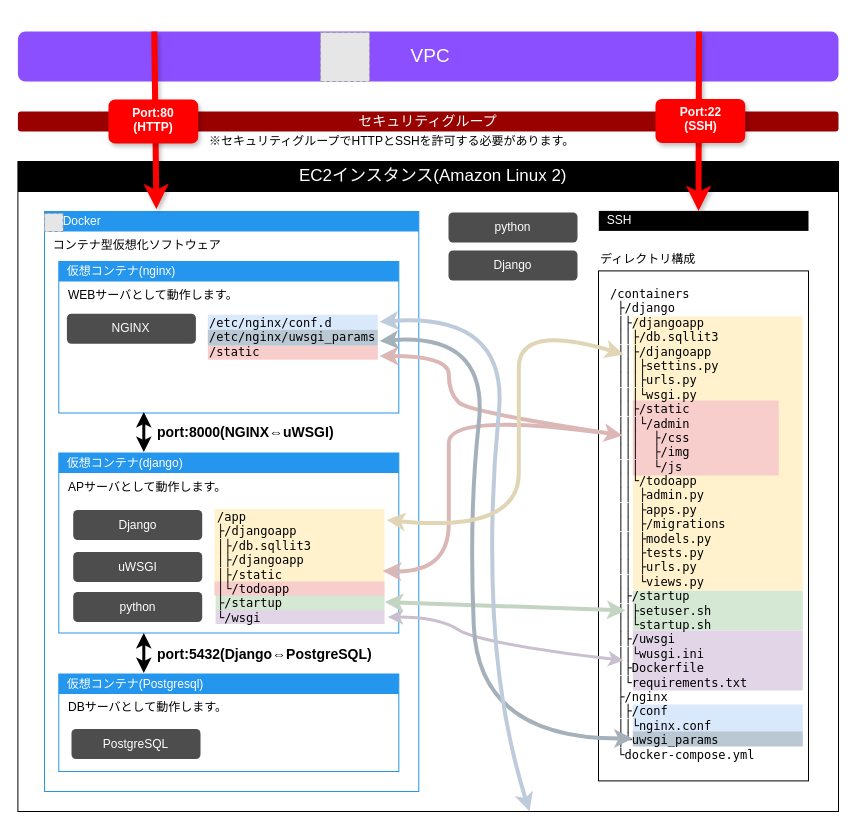
Before: page "EC2イメージ" (3 of 10) of AWS研修_WEBアプリ_挿絵.drawio in reizo0901/Doc, a draw.io diagram. Source tidied: cells renumbered, new cells numbered last; positions are measured from the earlier drawing's top-left corner, leaving out a move shared by most shapes. Both pictures are drawn from the tidied source at 100%, with x=0, y=0 at pixel (17, 31). Pictures stored in the file or linked from it are replaced by grey dashed boxes.
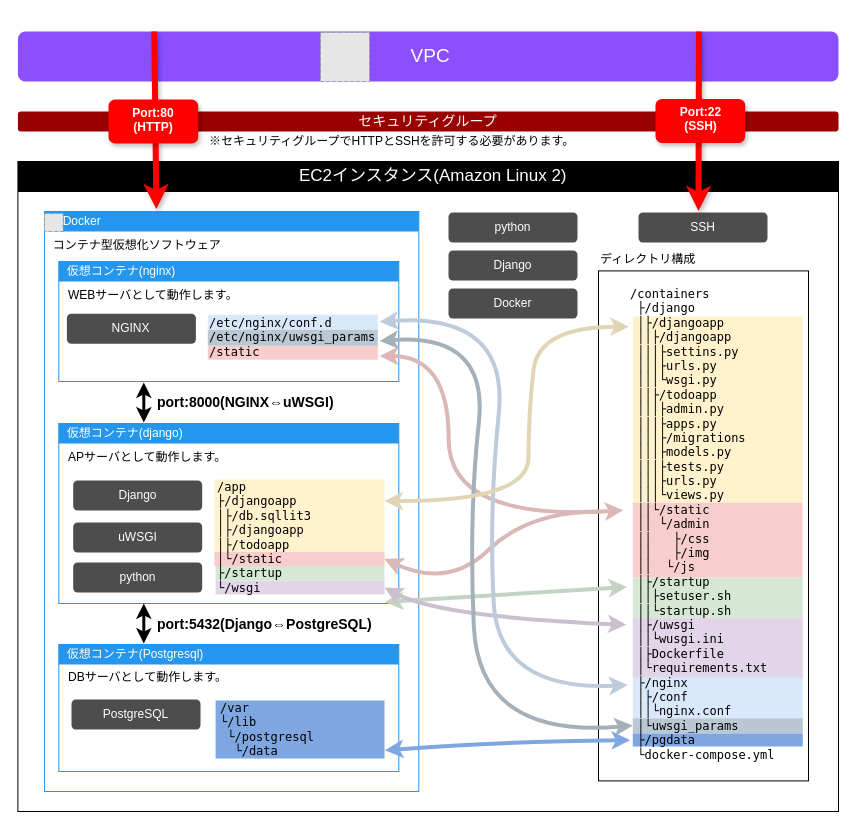
The same page after the edit.

Commit message:
AWS研修_WEBアプリ_挿絵.drawio を更新します

The change refers to these unchanged cells:
```xml
<mxCell id="2" style="rounded=0;whiteSpace=wrap;html=1;" parent="1" vertex="1">
  <mxGeometry x="0.4" y="130" width="820.6" height="650" as="geometry" />
</mxCell>
<mxCell id="31" style="rounded=0;whiteSpace=wrap;html=1;labelBackgroundColor=#CCE5FF;noLabel=1;fillColor=#e1d5e7;strokeColor=none;" parent="29" vertex="1">
  <mxGeometry x="1.1" y="101" width="168.9" height="14" as="geometry" />
</mxCell>
<mxCell id="32" style="rounded=0;whiteSpace=wrap;html=1;labelBackgroundColor=#CCE5FF;noLabel=1;fillColor=#fff2cc;strokeColor=none;" parent="29" vertex="1">
  <mxGeometry width="170" height="86" as="geometry" />
</mxCell>
<mxCell id="33" style="rounded=0;whiteSpace=wrap;html=1;labelBackgroundColor=#CCE5FF;noLabel=1;fillColor=#f8cecc;strokeColor=none;" parent="29" vertex="1">
  <mxGeometry y="72.5" width="170" height="14" as="geometry" />
</mxCell>
```

Diff of the diagram source:
```diff
@@
     <mxCell id="4" style="rounded=0;whiteSpace=wrap;html=1;labelBackgroundColor=#CCE5FF;noLabel=1;fillColor=#d5e8d4;strokeColor=none;" parent="1" vertex="1">
-      <mxGeometry x="615.3" y="559" width="170" height="40" as="geometry" />
+      <mxGeometry x="615.3" y="546" width="170" height="40" as="geometry" />
     </mxCell>
-    <mxCell id="5" style="group;" parent="1" vertex="1">
-      <mxGeometry x="615.3" y="285" width="170" height="430" as="geometry" />
-    </mxCell>
-    <mxCell id="6" style="rounded=0;whiteSpace=wrap;html=1;labelBackgroundColor=#CCE5FF;noLabel=1;fillColor=#bac8d3;strokeColor=none;" parent="5" vertex="1">
-      <mxGeometry y="414" width="170" height="16" as="geometry" />
-    </mxCell>
-    <mxCell id="7" style="rounded=0;whiteSpace=wrap;html=1;labelBackgroundColor=#CCE5FF;noLabel=1;fillColor=#fff2cc;strokeColor=none;" parent="5" vertex="1">
-      <mxGeometry width="170" height="274" as="geometry" />
-    </mxCell>
-    <mxCell id="8" style="rounded=0;whiteSpace=wrap;html=1;labelBackgroundColor=#CCE5FF;noLabel=1;fillColor=#dae8fc;strokeColor=none;" parent="5" vertex="1">
-      <mxGeometry y="388" width="170" height="27" as="geometry" />
-    </mxCell>
-    <mxCell id="9" style="rounded=0;whiteSpace=wrap;html=1;labelBackgroundColor=#CCE5FF;noLabel=1;fillColor=#e1d5e7;strokeColor=none;" parent="5" vertex="1">
-      <mxGeometry y="314" width="170" height="60" as="geometry" />
-    </mxCell>
     <mxCell id="10" style="rounded=0;whiteSpace=wrap;html=1;labelBackgroundColor=#CCE5FF;noLabel=1;fillColor=#f8cecc;strokeColor=none;" parent="1" vertex="1">
-      <mxGeometry x="615.3" y="369" width="146" height="75" as="geometry" />
+      <mxGeometry x="615.3" y="471" width="169.7" height="75" as="geometry" />
     </mxCell>
-    <mxCell id="11" value="&lt;div&gt;/containers&lt;/div&gt;&lt;div&gt;&amp;nbsp;├/django&lt;/div&gt;&amp;nbsp;│├/djangoapp&lt;br&gt;&amp;nbsp;││├/db.sqllit3&lt;br&gt;&amp;nbsp;││├/djangoapp&lt;br style=&quot;border-color: var(--border-color);&quot;&gt;&amp;nbsp;│││├settins.py&lt;br style=&quot;border-color: var(--border-color);&quot;&gt;&amp;nbsp;│││├urls.py&lt;br style=&quot;border-color: var(--border-color);&quot;&gt;&amp;nbsp;│││└wsgi.py&lt;br&gt;&amp;nbsp;││├/static&lt;br&gt;&amp;nbsp;│││└/admin&lt;br style=&quot;border-color: var(--border-color);&quot;&gt;&amp;nbsp;│││&amp;nbsp; ├/css&lt;br style=&quot;border-color: var(--border-color);&quot;&gt;&amp;nbsp;│││&amp;nbsp; ├/img&lt;br style=&quot;border-color: var(--border-color);&quot;&gt;&amp;nbsp;│││&amp;nbsp; └/js&lt;br&gt;&amp;nbsp;││└/todoapp&lt;br&gt;&amp;nbsp;││ ├admin.py&lt;br&gt;&amp;nbsp;││ ├apps.py&lt;br&gt;&amp;nbsp;││ ├/migrations&lt;br&gt;&amp;nbsp;││ ├models.py&lt;br&gt;&amp;nbsp;││ ├tests.py&lt;br style=&quot;border-color: var(--border-color);&quot;&gt;&amp;nbsp;││ ├urls.py&lt;br style=&quot;border-color: var(--border-color);&quot;&gt;&amp;nbsp;││ └views.py&lt;br&gt;&lt;div&gt;&amp;nbsp;│├/startup&lt;/div&gt;&lt;div&gt;&amp;nbsp;││├setuser.sh&lt;/div&gt;&lt;div&gt;&amp;nbsp;││└startup.sh&lt;/div&gt;&lt;div&gt;&amp;nbsp;│├/uwsgi&lt;/div&gt;&lt;div&gt;&amp;nbsp;││└wusgi.ini&lt;/div&gt;&lt;div&gt;&amp;nbsp;│├Dockerfile&lt;/div&gt;&lt;div&gt;&amp;nbsp;│└requirements.txt&lt;/div&gt;&lt;div&gt;&amp;nbsp;├/nginx&lt;/div&gt;&lt;div&gt;&amp;nbsp;│├/conf&lt;/div&gt;&lt;div&gt;&amp;nbsp;││└nginx.conf&lt;/div&gt;&lt;div&gt;&lt;span style=&quot;background-color: initial;&quot;&gt;&amp;nbsp;│└uwsgi_params&lt;/span&gt;&lt;/div&gt;&lt;div&gt;&amp;nbsp;└docker-compose.yml&lt;/div&gt;" style="text;html=1;strokeColor=none;fillColor=none;align=left;verticalAlign=top;whiteSpace=wrap;rounded=0;fontFamily=Lucida Console;" parent="1" vertex="1">
-      <mxGeometry x="591.3" y="249" width="200" height="491" as="geometry" />
-    </mxCell>
@@
     <mxCell id="15" style="rounded=0;whiteSpace=wrap;html=1;strokeColor=#2496ed;" parent="1" vertex="1">
-      <mxGeometry x="41.3" y="230" width="340" height="151.5" as="geometry" />
+      <mxGeometry x="41.3" y="230" width="340" height="120" as="geometry" />
     </mxCell>
@@
     <mxCell id="17" style="rounded=0;whiteSpace=wrap;html=1;strokeColor=#2496ed;" parent="1" vertex="1">
-      <mxGeometry x="41.3" y="421.5" width="340" height="180" as="geometry" />
+      <mxGeometry x="41.3" y="392" width="340" height="180" as="geometry" />
     </mxCell>
     <mxCell id="18" style="rounded=0;whiteSpace=wrap;html=1;strokeColor=#2496ed;" parent="1" vertex="1">
-      <mxGeometry x="41.3" y="642.5" width="340" height="97.5" as="geometry" />
+      <mxGeometry x="41.3" y="613" width="340" height="127" as="geometry" />
     </mxCell>
@@
     <mxCell id="22" style="endArrow=classic;startArrow=classic;html=1;rounded=0;entryX=0.25;entryY=1;entryDx=0;entryDy=0;exitX=0.25;exitY=0;exitDx=0;exitDy=0;strokeWidth=3;" parent="1" edge="1">
       <mxGeometry relative="1" as="geometry">
-        <mxPoint x="126.3" y="420.5" as="sourcePoint" />
-        <mxPoint x="126.3" y="380.5" as="targetPoint" />
+        <mxPoint x="126.3" y="391" as="sourcePoint" />
+        <mxPoint x="126.3" y="351" as="targetPoint" />
       </mxGeometry>
     </mxCell>
     <mxCell id="23" value="port:8000(NGINX⇔uWSGI)" style="text;html=1;strokeColor=none;fillColor=none;align=left;verticalAlign=middle;whiteSpace=wrap;rounded=0;fontSize=14;fontStyle=1;" parent="1" vertex="1">
-      <mxGeometry x="138.3" y="385.5" width="193" height="30" as="geometry" />
+      <mxGeometry x="138.3" y="356" width="193" height="30" as="geometry" />
     </mxCell>
@@
     <mxCell id="25" value="&amp;nbsp; 仮想コンテナ(Postgresql)" style="text;html=1;strokeColor=none;fillColor=#2496ed;align=left;verticalAlign=middle;whiteSpace=wrap;rounded=0;fontSize=12;fontStyle=0;fontColor=#FFFFFF;" parent="1" vertex="1">
-      <mxGeometry x="41.3" y="642.5" width="340" height="20" as="geometry" />
+      <mxGeometry x="41.3" y="613" width="340" height="20" as="geometry" />
     </mxCell>
     <mxCell id="26" value="&amp;nbsp; 仮想コンテナ(django)" style="text;html=1;strokeColor=none;fillColor=#2496ed;align=left;verticalAlign=middle;whiteSpace=wrap;rounded=0;fontSize=12;fontStyle=0;fontColor=#FFFFFF;" parent="1" vertex="1">
-      <mxGeometry x="41.3" y="421.5" width="340" height="20" as="geometry" />
+      <mxGeometry x="41.3" y="392" width="340" height="20" as="geometry" />
     </mxCell>
     <mxCell id="27" style="endArrow=classic;startArrow=classic;html=1;rounded=0;entryX=0.25;entryY=1;entryDx=0;entryDy=0;exitX=0.25;exitY=0;exitDx=0;exitDy=0;strokeWidth=3;" parent="1" edge="1">
       <mxGeometry relative="1" as="geometry">
-        <mxPoint x="126.3" y="641.5" as="sourcePoint" />
-        <mxPoint x="126.3" y="601.5" as="targetPoint" />
+        <mxPoint x="126.3" y="612" as="sourcePoint" />
+        <mxPoint x="126.3" y="572" as="targetPoint" />
       </mxGeometry>
     </mxCell>
     <mxCell id="28" value="port:5432(Django⇔PostgreSQL)" style="text;html=1;strokeColor=none;fillColor=none;align=left;verticalAlign=middle;whiteSpace=wrap;rounded=0;fontSize=14;fontStyle=1;" parent="1" vertex="1">
-      <mxGeometry x="138.3" y="607.5" width="233" height="30" as="geometry" />
+      <mxGeometry x="138.3" y="578" width="233" height="30" as="geometry" />
     </mxCell>
     <mxCell id="29" style="group;" parent="1" vertex="1">
-      <mxGeometry x="197" y="477.5" width="170" height="115" as="geometry" />
+      <mxGeometry x="197" y="448" width="170" height="115" as="geometry" />
     </mxCell>
@@
-    <mxCell id="34" value="&lt;div&gt;&lt;span style=&quot;background-color: initial;&quot;&gt;/app&lt;/span&gt;&lt;br&gt;&lt;/div&gt;├/djangoapp&lt;br&gt;│├/db.sqllit3&lt;br&gt;│├/djangoapp&lt;br style=&quot;border-color: var(--border-color);&quot;&gt;│├/static&lt;br&gt;│└/todoapp&lt;br&gt;&lt;span style=&quot;background-color: initial;&quot;&gt;├/startup&lt;/span&gt;&lt;br&gt;└&lt;span style=&quot;background-color: initial;&quot;&gt;/wsgi&lt;/span&gt;&lt;br&gt;&lt;div&gt;&lt;br&gt;&lt;/div&gt;" style="text;html=1;strokeColor=none;fillColor=none;align=left;verticalAlign=top;whiteSpace=wrap;rounded=0;fontFamily=Lucida Console;" parent="1" vertex="1">
-      <mxGeometry x="197.8" y="471.5" width="130" height="140" as="geometry" />
+    <mxCell id="34" value="&lt;div&gt;&lt;span style=&quot;background-color: initial;&quot;&gt;/app&lt;/span&gt;&lt;br&gt;&lt;/div&gt;├/djangoapp&lt;br&gt;│├/db.sqllit3&lt;br&gt;│├/djangoapp&lt;br&gt;│├/todoapp&lt;br&gt;│└/static&lt;div&gt;&lt;span style=&quot;background-color: initial;&quot;&gt;├/startup&lt;/span&gt;&lt;br&gt;└&lt;span style=&quot;background-color: initial;&quot;&gt;/wsgi&lt;/span&gt;&lt;br&gt;&lt;div&gt;&lt;br&gt;&lt;/div&gt;&lt;/div&gt;" style="text;html=1;strokeColor=none;fillColor=none;align=left;verticalAlign=top;whiteSpace=wrap;rounded=0;fontFamily=Lucida Console;" parent="1" vertex="1">
+      <mxGeometry x="197.8" y="442" width="130" height="140" as="geometry" />
     </mxCell>
@@
     <mxCell id="36" value="PostgreSQL" style="rounded=1;whiteSpace=wrap;html=1;fillColor=#4D4D4D;fontColor=#FFFFFF;strokeColor=none;" parent="1" vertex="1">
-      <mxGeometry x="54" y="697.5" width="129" height="30" as="geometry" />
+      <mxGeometry x="54" y="668" width="129" height="30" as="geometry" />
     </mxCell>
     <mxCell id="37" value="Django" style="rounded=1;whiteSpace=wrap;html=1;fontColor=#FFFFFF;strokeColor=none;fillColor=#4D4D4D;" parent="1" vertex="1">
-      <mxGeometry x="55.7" y="478.5" width="129" height="30" as="geometry" />
+      <mxGeometry x="55.7" y="449" width="129" height="30" as="geometry" />
     </mxCell>
     <mxCell id="38" value="uWSGI" style="rounded=1;whiteSpace=wrap;html=1;fillColor=#4D4D4D;fontColor=#FFFFFF;strokeColor=none;" parent="1" vertex="1">
-      <mxGeometry x="55.7" y="520.5" width="129" height="30" as="geometry" />
+      <mxGeometry x="55.7" y="491" width="129" height="30" as="geometry" />
     </mxCell>
     <mxCell id="39" value="python" style="rounded=1;whiteSpace=wrap;html=1;fillColor=#4D4D4D;fontColor=#FFFFFF;strokeColor=none;" parent="1" vertex="1">
-      <mxGeometry x="55.7" y="560.5" width="129" height="30" as="geometry" />
+      <mxGeometry x="55.7" y="531" width="129" height="30" as="geometry" />
     </mxCell>
@@
     <mxCell id="41" value="APサーバとして動作します。" style="text;html=1;strokeColor=none;fillColor=none;align=left;verticalAlign=top;whiteSpace=wrap;rounded=0;" parent="1" vertex="1">
-      <mxGeometry x="49.4" y="441.5" width="250" height="30" as="geometry" />
+      <mxGeometry x="49.4" y="412" width="250" height="30" as="geometry" />
     </mxCell>
     <mxCell id="42" value="DBサーバとして動作します。" style="text;html=1;strokeColor=none;fillColor=none;align=left;verticalAlign=top;whiteSpace=wrap;rounded=0;" parent="1" vertex="1">
-      <mxGeometry x="49.4" y="661.5" width="250" height="30" as="geometry" />
+      <mxGeometry x="49.4" y="632" width="250" height="30" as="geometry" />
     </mxCell>
-    <mxCell id="43" style="curved=1;endArrow=classic;html=1;rounded=0;entryX=1;entryY=0.5;entryDx=0;entryDy=0;strokeColor=#DBB8B6;strokeWidth=4;startArrow=classic;startFill=1;" parent="1" edge="1">
+    <mxCell id="43" style="curved=1;endArrow=classic;html=1;rounded=0;entryX=1;entryY=0.5;entryDx=0;entryDy=0;strokeColor=#DBB8B6;strokeWidth=4;startArrow=classic;startFill=1;exitX=-0.026;exitY=0.468;exitDx=0;exitDy=0;exitPerimeter=0;" parent="1" edge="1" source="11">
       <mxGeometry relative="1" as="geometry">
-        <mxPoint x="605" y="404" as="sourcePoint" />
         <mxPoint x="362.2" y="324.5" as="targetPoint" />
         <Array as="points">
-          <mxPoint x="451.3" y="380.5" />
-          <mxPoint x="431.3" y="361.5" />
+          <mxPoint x="431" y="490" />
           <mxPoint x="431.3" y="324.5" />
         </Array>
       </mxGeometry>
     </mxCell>
-    <mxCell id="44" style="curved=1;endArrow=classic;html=1;rounded=0;entryX=1;entryY=0.5;entryDx=0;entryDy=0;strokeColor=#dab8b7;strokeWidth=4;" parent="1" edge="1">
+    <mxCell id="44" style="curved=1;endArrow=classic;html=1;rounded=0;entryX=1;entryY=0.5;entryDx=0;entryDy=0;strokeColor=#dab8b7;strokeWidth=4;" parent="1" edge="1" target="33">
       <mxGeometry relative="1" as="geometry">
-        <mxPoint x="583" y="401" as="sourcePoint" />
-        <mxPoint x="365.3" y="539.5" as="targetPoint" />
+        <mxPoint x="581" y="480" as="sourcePoint" />
         <Array as="points">
-          <mxPoint x="431.3" y="381.5" />
-          <mxPoint x="431.3" y="441.5" />
-          <mxPoint x="431.3" y="541.5" />
+          <mxPoint x="511" y="480" />
+          <mxPoint x="431" y="557" />
         </Array>
       </mxGeometry>
     </mxCell>
-    <mxCell id="45" style="curved=1;endArrow=classic;html=1;rounded=0;strokeColor=#C3D4C2;strokeWidth=4;startArrow=classic;startFill=1;" parent="1" edge="1">
+    <mxCell id="45" style="curved=1;endArrow=classic;html=1;rounded=0;strokeColor=#C3D4C2;strokeWidth=4;startArrow=classic;startFill=1;exitX=-0.007;exitY=0.624;exitDx=0;exitDy=0;exitPerimeter=0;" parent="1" edge="1" source="11">
       <mxGeometry relative="1" as="geometry">
-        <mxPoint x="608" y="579" as="sourcePoint" />
         <mxPoint x="367.3" y="570.5" as="targetPoint" />
       </mxGeometry>
     </mxCell>
-    <mxCell id="46" style="curved=1;endArrow=classic;html=1;rounded=0;strokeColor=#CABFCF;strokeWidth=3;startArrow=classic;startFill=1;endFill=1;" parent="1" edge="1">
+    <mxCell id="46" style="curved=1;endArrow=classic;html=1;rounded=0;strokeColor=#CABFCF;strokeWidth=4;startArrow=classic;startFill=1;endFill=1;exitX=-0.01;exitY=0.701;exitDx=0;exitDy=0;exitPerimeter=0;entryX=1;entryY=0.5;entryDx=0;entryDy=0;" parent="1" edge="1" source="11" target="31">
       <mxGeometry relative="1" as="geometry">
-        <mxPoint x="606" y="629" as="sourcePoint" />
-        <mxPoint x="370.3" y="585.5" as="targetPoint" />
         <Array as="points">
-          <mxPoint x="461.3" y="611.5" />
           <mxPoint x="421.3" y="585.5" />
         </Array>
       </mxGeometry>
     </mxCell>
-    <mxCell id="47" value="&amp;nbsp; SSH" style="text;html=1;strokeColor=none;fillColor=#000000;align=left;verticalAlign=middle;whiteSpace=wrap;rounded=0;fontSize=12;fontStyle=0;fontColor=#FFFFFF;" parent="1" vertex="1">
-      <mxGeometry x="581.3" y="179.4" width="209.7" height="20" as="geometry" />
-    </mxCell>
@@
-    <mxCell id="49" style="curved=1;endArrow=classic;html=1;rounded=0;entryX=1;entryY=0.25;entryDx=0;entryDy=0;strokeColor=#BECBDB;strokeWidth=4;startArrow=classic;startFill=1;" parent="1" edge="1" source="2">
+    <mxCell id="49" style="curved=1;endArrow=classic;html=1;rounded=0;entryX=1;entryY=0.25;entryDx=0;entryDy=0;strokeColor=#BECBDB;strokeWidth=4;startArrow=classic;startFill=1;exitX=-0.004;exitY=0.824;exitDx=0;exitDy=0;exitPerimeter=0;" parent="1" edge="1" source="11">
       <mxGeometry relative="1" as="geometry">
         <mxPoint x="362.2" y="290.2" as="targetPoint" />
         <Array as="points">
-          <mxPoint x="481.3" y="681.5" />
+          <mxPoint x="481" y="660" />
           <mxPoint x="471.3" y="481.5" />
           <mxPoint x="491.3" y="281.5" />
         </Array>
       </mxGeometry>
     </mxCell>
-    <mxCell id="50" style="curved=1;endArrow=classic;html=1;rounded=0;strokeColor=#E0D5B4;strokeWidth=4;startArrow=classic;startFill=1;" parent="1" edge="1">
+    <mxCell id="50" style="curved=1;endArrow=classic;html=1;rounded=0;strokeColor=#E0D5B4;strokeWidth=4;startArrow=classic;startFill=1;exitX=0.002;exitY=0.094;exitDx=0;exitDy=0;exitPerimeter=0;entryX=1;entryY=0.25;entryDx=0;entryDy=0;" parent="1" edge="1" source="11" target="32">
       <mxGeometry relative="1" as="geometry">
-        <mxPoint x="606" y="323" as="sourcePoint" />
-        <mxPoint x="369.3" y="488.5" as="targetPoint" />
         <Array as="points">
-          <mxPoint x="501.3" y="291.5" />
-          <mxPoint x="501.3" y="381.5" />
-          <mxPoint x="501.3" y="501.5" />
+          <mxPoint x="521" y="295" />
+          <mxPoint x="511" y="382" />
+          <mxPoint x="511" y="470" />
         </Array>
       </mxGeometry>
     </mxCell>
@@
+    <mxCell id="5" style="group;" parent="1" vertex="1">
+      <mxGeometry x="615.3" y="285" width="205.7" height="475" as="geometry" />
+    </mxCell>
+    <mxCell id="6" style="rounded=0;whiteSpace=wrap;html=1;labelBackgroundColor=#CCE5FF;noLabel=1;fillColor=#bac8d3;strokeColor=none;" parent="5" vertex="1">
+      <mxGeometry y="401" width="170" height="16" as="geometry" />
+    </mxCell>
+    <mxCell id="7" style="rounded=0;whiteSpace=wrap;html=1;labelBackgroundColor=#CCE5FF;noLabel=1;fillColor=#fff2cc;strokeColor=none;" parent="5" vertex="1">
+      <mxGeometry width="170" height="186" as="geometry" />
+    </mxCell>
+    <mxCell id="8" style="rounded=0;whiteSpace=wrap;html=1;labelBackgroundColor=#CCE5FF;noLabel=1;fillColor=#dae8fc;strokeColor=none;" parent="5" vertex="1">
+      <mxGeometry y="360" width="170" height="42" as="geometry" />
+    </mxCell>
+    <mxCell id="9" style="rounded=0;whiteSpace=wrap;html=1;labelBackgroundColor=#CCE5FF;noLabel=1;fillColor=#e1d5e7;strokeColor=none;" parent="5" vertex="1">
+      <mxGeometry y="301" width="170" height="60" as="geometry" />
+    </mxCell>
+    <mxCell id="66" style="rounded=0;whiteSpace=wrap;html=1;labelBackgroundColor=#CCE5FF;noLabel=1;fillColor=#7EA6E0;strokeColor=none;" parent="5" vertex="1">
+      <mxGeometry y="417" width="170" height="13" as="geometry" />
+    </mxCell>
+    <mxCell id="11" value="&lt;div&gt;/containers&lt;/div&gt;&lt;div&gt;&amp;nbsp;├/django&lt;/div&gt;&amp;nbsp;│├/djangoapp&lt;br&gt;&amp;nbsp;││├/djangoapp&lt;br style=&quot;border-color: var(--border-color);&quot;&gt;&amp;nbsp;│││├settins.py&lt;br style=&quot;border-color: var(--border-color);&quot;&gt;&amp;nbsp;│││├urls.py&lt;br style=&quot;border-color: var(--border-color);&quot;&gt;&amp;nbsp;│││└wsgi.py&lt;br&gt;&amp;nbsp;││├/todoapp&lt;br&gt;&amp;nbsp;│││├admin.py&lt;br&gt;&amp;nbsp;│││├apps.py&lt;br&gt;&amp;nbsp;│││├/migrations&lt;br&gt;&amp;nbsp;│││├models.py&lt;br&gt;&amp;nbsp;│││├tests.py&lt;br style=&quot;border-color: var(--border-color);&quot;&gt;&amp;nbsp;│││├urls.py&lt;br style=&quot;border-color: var(--border-color);&quot;&gt;&amp;nbsp;│││└views.py&lt;div&gt;&amp;nbsp;││&lt;span style=&quot;background-color: initial;&quot;&gt;└&lt;/span&gt;&lt;span style=&quot;background-color: initial;&quot;&gt;/static&lt;/span&gt;&lt;/div&gt;&lt;div&gt;&amp;nbsp;││ └/admin&lt;br style=&quot;border-color: var(--border-color);&quot;&gt;&amp;nbsp;││&amp;nbsp; &amp;nbsp;├/css&lt;br style=&quot;border-color: var(--border-color);&quot;&gt;&amp;nbsp;││&amp;nbsp; &amp;nbsp;├/img&lt;br style=&quot;border-color: var(--border-color);&quot;&gt;&amp;nbsp;││&amp;nbsp; └/js&lt;br&gt;&lt;div&gt;&amp;nbsp;│├/startup&lt;/div&gt;&lt;div&gt;&amp;nbsp;││├setuser.sh&lt;/div&gt;&lt;div&gt;&amp;nbsp;││└startup.sh&lt;/div&gt;&lt;div&gt;&amp;nbsp;│├/uwsgi&lt;/div&gt;&lt;div&gt;&amp;nbsp;││└wusgi.ini&lt;/div&gt;&lt;div&gt;&amp;nbsp;│├Dockerfile&lt;/div&gt;&lt;div&gt;&amp;nbsp;│└requirements.txt&lt;/div&gt;&lt;div&gt;&amp;nbsp;├/nginx&lt;/div&gt;&lt;div&gt;&amp;nbsp;│├/conf&lt;/div&gt;&lt;div&gt;&amp;nbsp;││└nginx.conf&lt;/div&gt;&lt;div&gt;&lt;span style=&quot;background-color: initial;&quot;&gt;&amp;nbsp;│└uwsgi_params&lt;/span&gt;&lt;/div&gt;&lt;div&gt;&amp;nbsp;&lt;span style=&quot;background-color: initial;&quot;&gt;├/pgdata&lt;/span&gt;&lt;span style=&quot;background-color: initial;&quot;&gt;&lt;br&gt;&lt;/span&gt;&lt;/div&gt;&lt;div&gt;&amp;nbsp;&lt;span style=&quot;background-color: initial;&quot;&gt;└docker-compose.yml&lt;/span&gt;&lt;/div&gt;&lt;/div&gt;" style="text;html=1;strokeColor=none;fillColor=none;align=left;verticalAlign=top;whiteSpace=wrap;rounded=0;fontFamily=Lucida Console;" parent="5" vertex="1">
+      <mxGeometry x="-4.3" y="-36" width="200" height="491" as="geometry" />
+    </mxCell>
+    <mxCell id="67" value="Docker" style="rounded=1;whiteSpace=wrap;html=1;fontColor=#FFFFFF;strokeColor=none;fillColor=#4D4D4D;" parent="1" vertex="1">
+      <mxGeometry x="431" y="257" width="129" height="30" as="geometry" />
+    </mxCell>
+    <mxCell id="47" value="SSH" style="rounded=1;whiteSpace=wrap;html=1;fillColor=#4D4D4D;fontColor=#FFFFFF;strokeColor=none;" parent="1" vertex="1">
+      <mxGeometry x="621" y="181" width="129" height="30" as="geometry" />
+    </mxCell>
+    <mxCell id="68" style="rounded=0;whiteSpace=wrap;html=1;labelBackgroundColor=#CCE5FF;noLabel=1;fillColor=#7EA6E0;strokeColor=none;" parent="1" vertex="1">
+      <mxGeometry x="198.1" y="669" width="168.9" height="58" as="geometry" />
+    </mxCell>
+    <mxCell id="69" value="&lt;div&gt;&lt;span style=&quot;background-color: initial;&quot;&gt;/var&lt;/span&gt;&lt;br&gt;&lt;/div&gt;└/lib&lt;br&gt;&amp;nbsp;└/postgresql&lt;br&gt;&amp;nbsp; └/data&lt;br&gt;&lt;div&gt;&lt;br&gt;&lt;/div&gt;" style="text;html=1;strokeColor=none;fillColor=none;align=left;verticalAlign=top;whiteSpace=wrap;rounded=0;fontFamily=Lucida Console;" parent="1" vertex="1">
+      <mxGeometry x="201.3" y="662.5" width="130" height="68.5" as="geometry" />
+    </mxCell>
+    <mxCell id="70" style="curved=1;endArrow=classic;html=1;rounded=0;strokeColor=#7ea6e0;strokeWidth=4;startArrow=classic;startFill=1;exitX=-0.007;exitY=0.624;exitDx=0;exitDy=0;exitPerimeter=0;entryX=1.002;entryY=0.859;entryDx=0;entryDy=0;entryPerimeter=0;" parent="1" edge="1" target="68">
+      <mxGeometry relative="1" as="geometry">
+        <mxPoint x="612.7" y="708.7" as="sourcePoint" />
+        <Array as="points">
+          <mxPoint x="481" y="710" />
+        </Array>
+      </mxGeometry>
+    </mxCell>
```
